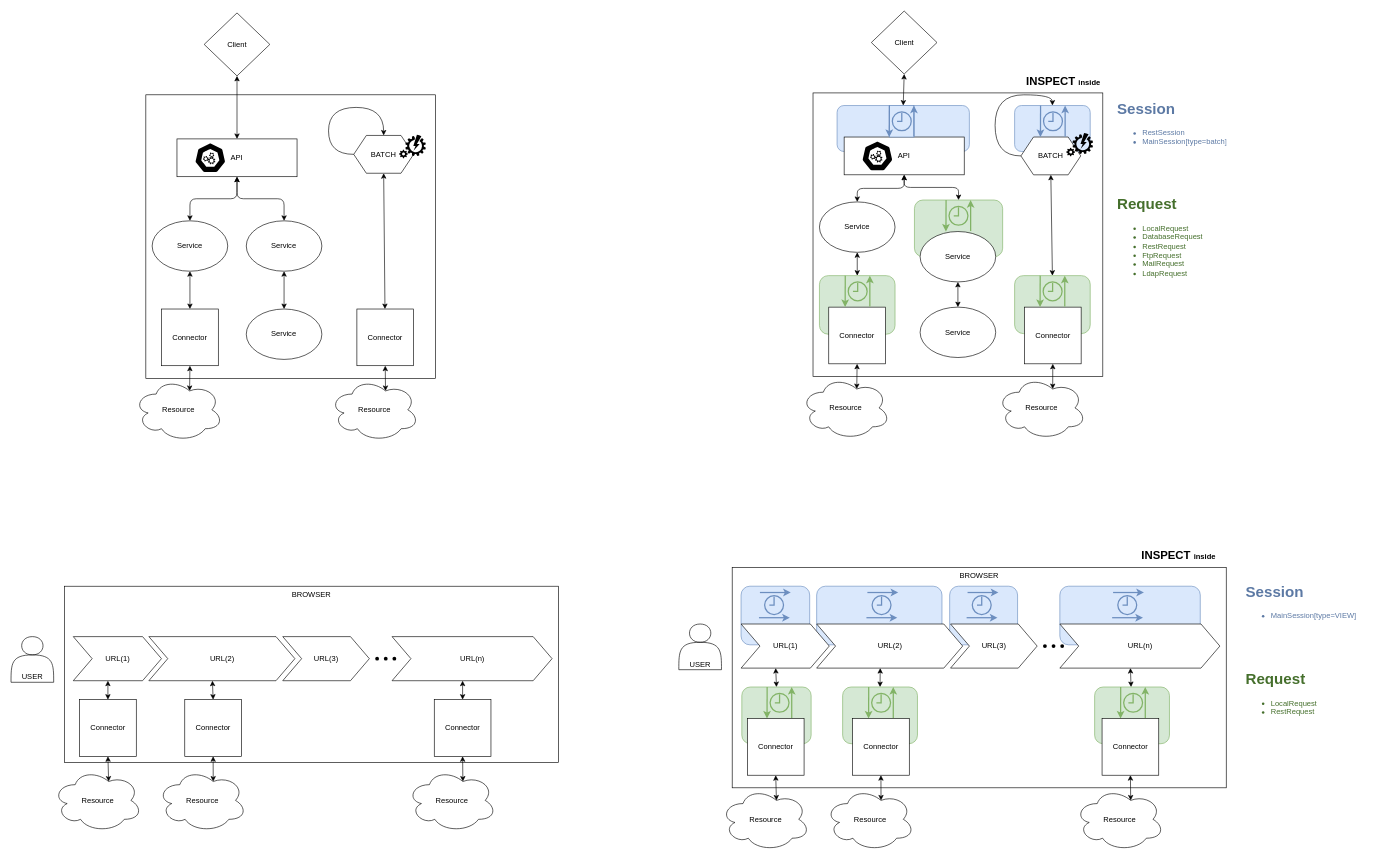
oneteme/inspect-core keeps this draw.io diagram as page "collector" (1 of 3) of doc/diagram/Diagramme sans nom.drawio. Above is the earlier version. Source tidied: cells renumbered, new cells numbered last; positions are measured from the earlier drawing's top-left corner, leaving out a move shared by most shapes. Both pictures are drawn from the tidied source at 63%, with x=0, y=0 at pixel (11, 11).
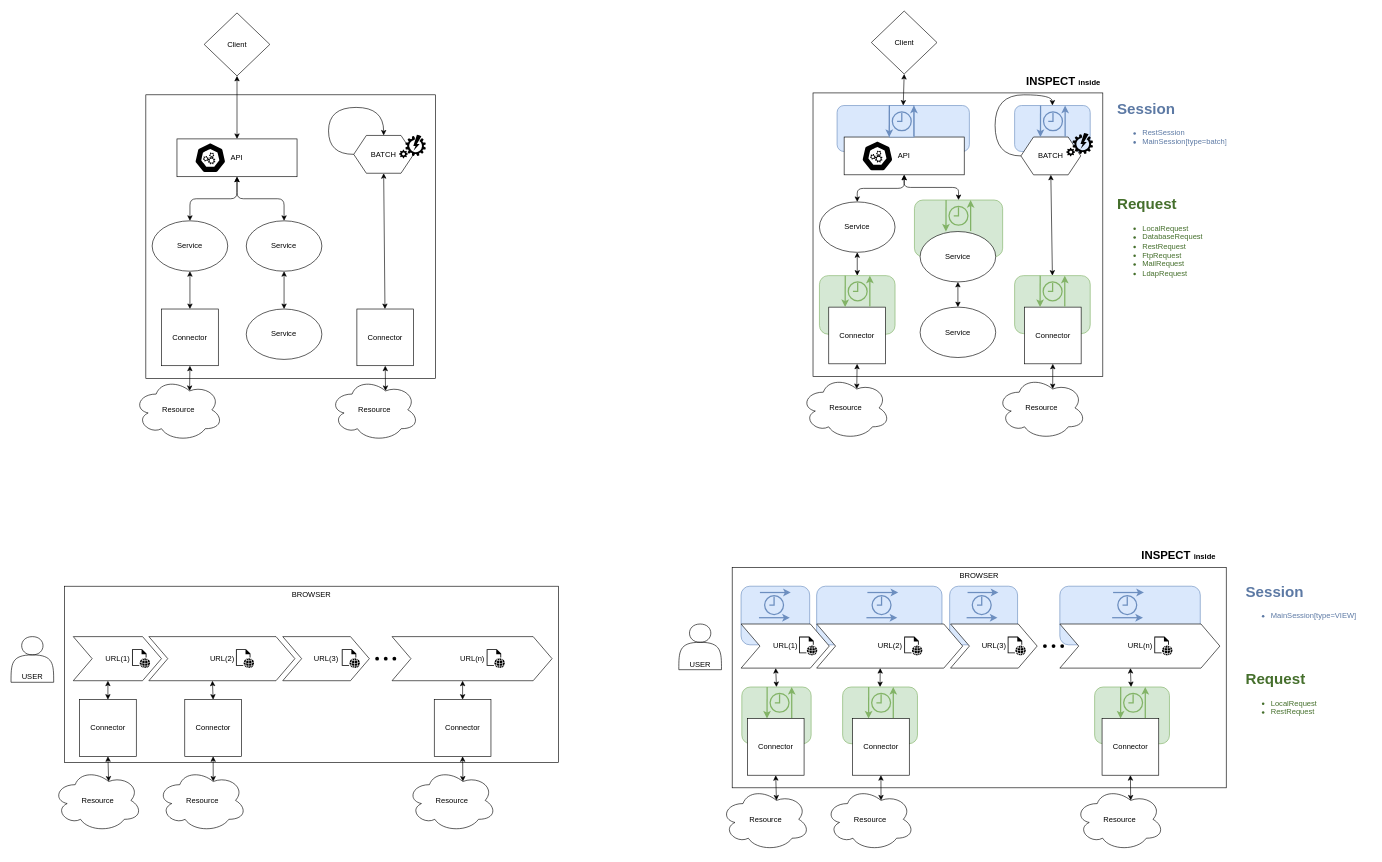
Above is the later version.

Commit message (it also covers changes not shown here):
Mettre à jour Diagramme sans nom.drawio

What changed in the source:
```diff
@@
+    <mxCell id="155" style="sketch=0;shadow=0;dashed=0;html=1;strokeColor=none;fillColor=#000000;labelPosition=center;verticalLabelPosition=bottom;verticalAlign=top;align=center;shape=mxgraph.office.concepts.web_page;" parent="1" vertex="1">
+      <mxGeometry x="192" y="1013" width="28.8" height="30" as="geometry" />
+    </mxCell>
+    <mxCell id="156" style="sketch=0;shadow=0;dashed=0;html=1;strokeColor=none;fillColor=#000000;labelPosition=center;verticalLabelPosition=bottom;verticalAlign=top;align=center;shape=mxgraph.office.concepts.web_page;" parent="1" vertex="1">
+      <mxGeometry x="357" y="1013" width="28.8" height="30" as="geometry" />
+    </mxCell>
+    <mxCell id="157" style="sketch=0;shadow=0;dashed=0;html=1;strokeColor=none;fillColor=#000000;labelPosition=center;verticalLabelPosition=bottom;verticalAlign=top;align=center;shape=mxgraph.office.concepts.web_page;" parent="1" vertex="1">
+      <mxGeometry x="525" y="1013" width="28.8" height="30" as="geometry" />
+    </mxCell>
+    <mxCell id="158" style="sketch=0;shadow=0;dashed=0;html=1;strokeColor=none;fillColor=#000000;labelPosition=center;verticalLabelPosition=bottom;verticalAlign=top;align=center;shape=mxgraph.office.concepts.web_page;" parent="1" vertex="1">
+      <mxGeometry x="755" y="1013" width="28.8" height="30" as="geometry" />
+    </mxCell>
+    <mxCell id="159" style="sketch=0;shadow=0;dashed=0;html=1;strokeColor=none;fillColor=#000000;labelPosition=center;verticalLabelPosition=bottom;verticalAlign=top;align=center;shape=mxgraph.office.concepts.web_page;" parent="1" vertex="1">
+      <mxGeometry x="1251" y="993" width="28.8" height="30" as="geometry" />
+    </mxCell>
+    <mxCell id="160" style="sketch=0;shadow=0;dashed=0;html=1;strokeColor=none;fillColor=#000000;labelPosition=center;verticalLabelPosition=bottom;verticalAlign=top;align=center;shape=mxgraph.office.concepts.web_page;" parent="1" vertex="1">
+      <mxGeometry x="1417.8" y="993" width="28.8" height="30" as="geometry" />
+    </mxCell>
+    <mxCell id="161" style="sketch=0;shadow=0;dashed=0;html=1;strokeColor=none;fillColor=#000000;labelPosition=center;verticalLabelPosition=bottom;verticalAlign=top;align=center;shape=mxgraph.office.concepts.web_page;" parent="1" vertex="1">
+      <mxGeometry x="1582" y="993" width="28.8" height="30" as="geometry" />
+    </mxCell>
+    <mxCell id="162" style="sketch=0;shadow=0;dashed=0;html=1;strokeColor=none;fillColor=#000000;labelPosition=center;verticalLabelPosition=bottom;verticalAlign=top;align=center;shape=mxgraph.office.concepts.web_page;" parent="1" vertex="1">
+      <mxGeometry x="1814.8" y="993" width="28.8" height="30" as="geometry" />
+    </mxCell>
```
